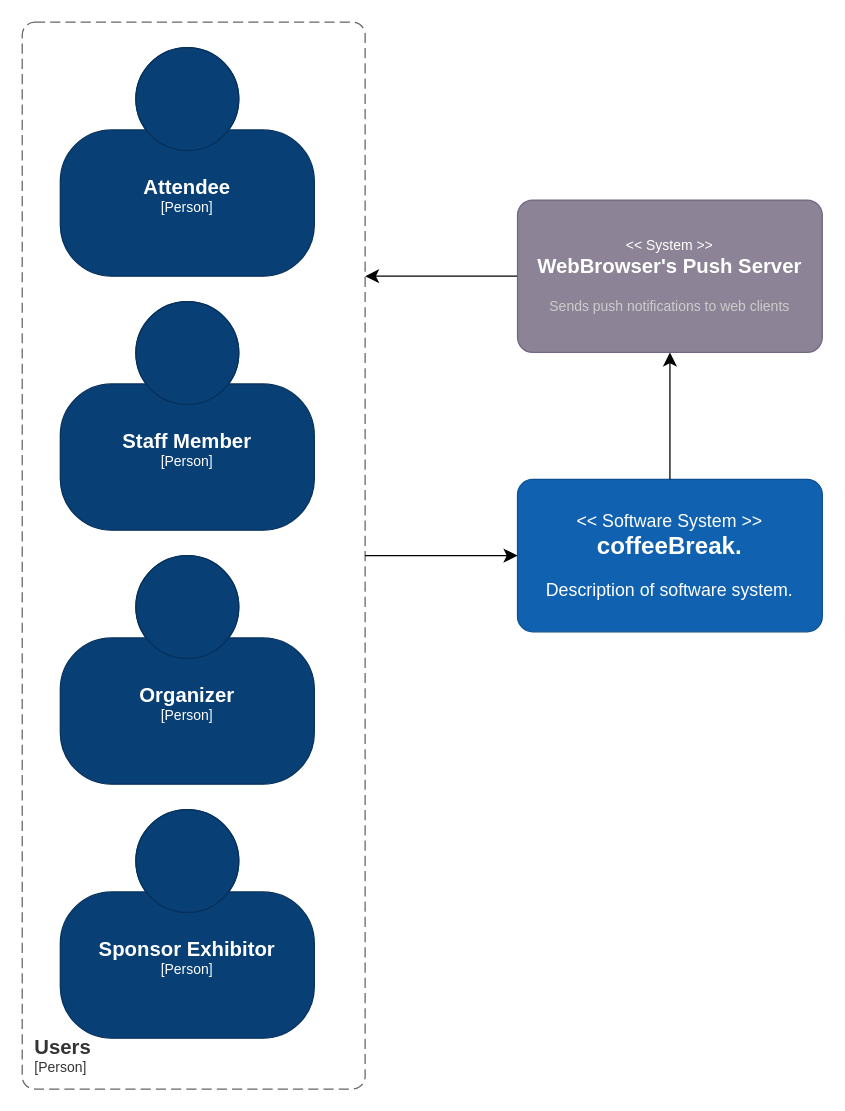
Earlier version of the draw.io diagram page "ContextDiagramC4" (4 of 10) of coffeeBreak.drawio (PI-coffeeBreak/diagrams). Source tidied: cells renumbered, new cells numbered last; positions are measured from the earlier drawing's top-left corner, leaving out a move shared by most shapes. Both pictures are drawn from the tidied source at 127%, with x=0, y=0 at pixel (22, 22).
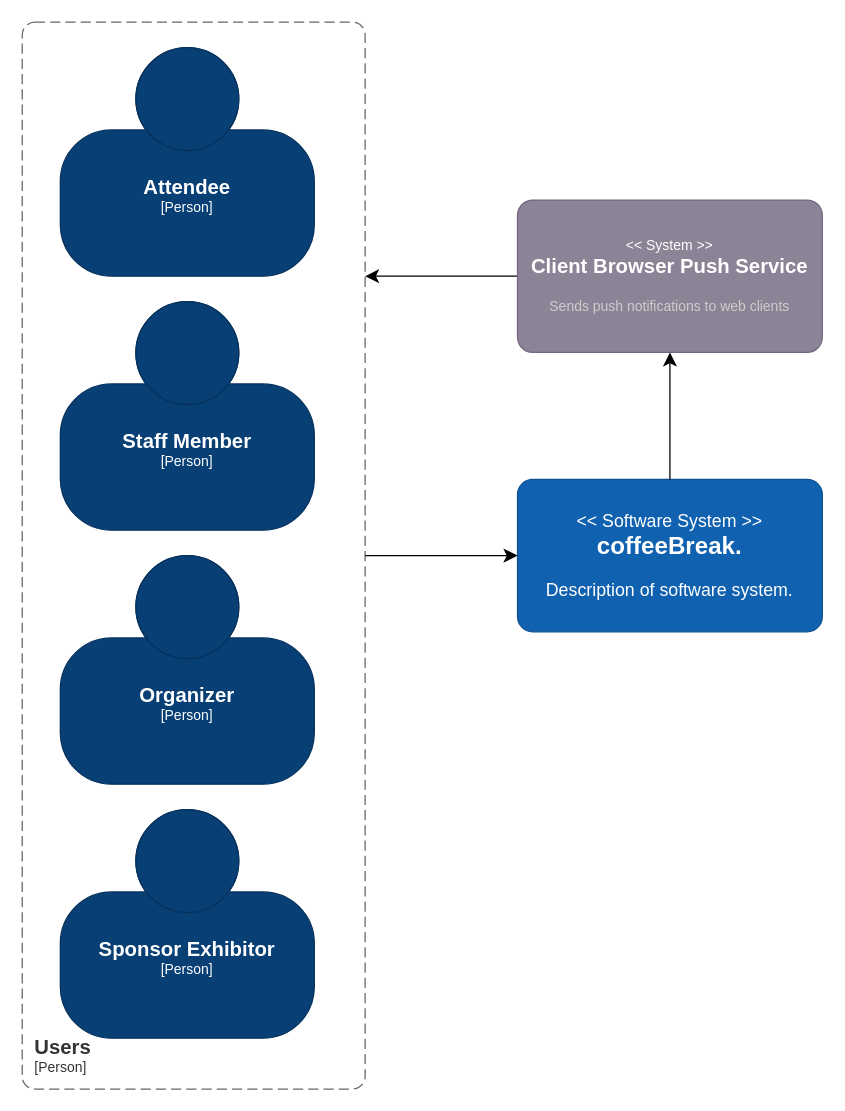
Above is the later version.

Change to the diagram source:
```diff
@@
 <mxGraphModel>
   <root>
     <mxCell id="0" />
     <mxCell id="1" parent="0" />
     <object id="2" label="&lt;font style=&quot;font-size: 16px&quot;&gt;&lt;b&gt;%c4Name%&lt;/b&gt;&lt;/font&gt;&lt;div&gt;[%c4Type%]&lt;/div&gt;&lt;br&gt;&lt;div&gt;&lt;font style=&quot;font-size: 11px&quot;&gt;&lt;font color=&quot;#cccccc&quot;&gt;%c4Description%&lt;/font&gt;&lt;/div&gt;" c4Description="" c4Name="Attendee" c4Type="Person" placeholders="1">
       <mxCell style="html=1;fontSize=11;dashed=0;whiteSpace=wrap;fillColor=#083F75;strokeColor=#06315C;fontColor=#ffffff;shape=mxgraph.c4.person2;align=center;" parent="1" vertex="1">
         <mxGeometry x="30" y="20" width="200" height="180" as="geometry" />
       </mxCell>
     </object>
     <object id="3" label="&lt;font style=&quot;font-size: 16px&quot;&gt;&lt;b&gt;%c4Name%&lt;/b&gt;&lt;/font&gt;&lt;div&gt;[%c4Type%]&lt;/div&gt;&lt;br&gt;&lt;div&gt;&lt;font style=&quot;font-size: 11px&quot;&gt;&lt;font color=&quot;#cccccc&quot;&gt;%c4Description%&lt;/font&gt;&lt;/div&gt;" c4Description="" c4Name="Staff Member" c4Type="Person" placeholders="1">
       <mxCell style="html=1;fontSize=11;dashed=0;whiteSpace=wrap;fillColor=#083F75;strokeColor=#06315C;fontColor=#ffffff;shape=mxgraph.c4.person2;align=center;" parent="1" vertex="1">
         <mxGeometry x="30" y="220" width="200" height="180" as="geometry" />
       </mxCell>
     </object>
     <object id="4" label="&lt;font style=&quot;font-size: 16px&quot;&gt;&lt;b&gt;%c4Name%&lt;/b&gt;&lt;/font&gt;&lt;div&gt;[%c4Type%]&lt;/div&gt;&lt;br&gt;&lt;div&gt;&lt;font style=&quot;font-size: 11px&quot;&gt;&lt;font color=&quot;#cccccc&quot;&gt;%c4Description%&lt;/font&gt;&lt;/div&gt;" c4Description="" c4Name="Organizer" c4Type="Person" placeholders="1">
       <mxCell style="html=1;fontSize=11;dashed=0;whiteSpace=wrap;fillColor=#083F75;strokeColor=#06315C;fontColor=#ffffff;shape=mxgraph.c4.person2;align=center;" parent="1" vertex="1">
         <mxGeometry x="30" y="420" width="200" height="180" as="geometry" />
       </mxCell>
     </object>
     <object id="5" label="&lt;font style=&quot;font-size: 16px&quot;&gt;&lt;b&gt;%c4Name%&lt;/b&gt;&lt;/font&gt;&lt;div&gt;[%c4Type%]&lt;/div&gt;&lt;br&gt;&lt;div&gt;&lt;font style=&quot;font-size: 11px&quot;&gt;&lt;font color=&quot;#cccccc&quot;&gt;%c4Description%&lt;/font&gt;&lt;/div&gt;" c4Description="" c4Name="Sponsor Exhibitor" c4Type="Person" placeholders="1">
       <mxCell style="html=1;fontSize=11;dashed=0;whiteSpace=wrap;fillColor=#083F75;strokeColor=#06315C;fontColor=#ffffff;shape=mxgraph.c4.person2;align=center;" parent="1" vertex="1">
         <mxGeometry x="30" y="620" width="200" height="180" as="geometry" />
       </mxCell>
     </object>
     <object id="6" label="&lt;font style=&quot;font-size: 14px&quot;&gt;&lt;div&gt;&lt;&lt; %c4Type% &gt;&gt;&lt;/div&gt;&lt;/font&gt;&lt;font style=&quot;font-size: 19px&quot;&gt;&lt;/div&gt;&lt;b&gt;%c4Name%&lt;/b&gt;&lt;/font&gt;&#10;&lt;br&gt;&lt;div&gt;&lt;font style=&quot;font-size: 14px&quot;&gt;%c4Description%&lt;/font&gt;&lt;/div&gt;" c4Description="Description of software system." c4Name="coffeeBreak." c4Type="Software System" placeholders="1">
       <mxCell style="rounded=1;whiteSpace=wrap;html=1;labelBackgroundColor=none;fillColor=#1061B0;fontColor=#ffffff;align=center;arcSize=10;strokeColor=#0D5091;points=[[0.25,0,0],[0.5,0,0],[0.75,0,0],[1,0.25,0],[1,0.5,0],[1,0.75,0],[0.75,1,0],[0.5,1,0],[0.25,1,0],[0,0.75,0],[0,0.5,0],[0,0.25,0]];" parent="1" vertex="1">
         <mxGeometry x="390" y="360" width="240" height="120" as="geometry" />
       </mxCell>
     </object>
     <object id="7" label="&lt;font style=&quot;font-size: 16px&quot;&gt;&lt;b&gt;&lt;div style=&quot;text-align: left&quot;&gt;%c4Name%&lt;/div&gt;&lt;/b&gt;&lt;/font&gt;&lt;div style=&quot;text-align: left&quot;&gt;[%c4Application%]&lt;/div&gt;" c4Application="Person" c4Name="Users" placeholders="1">
       <mxCell style="rounded=1;fontSize=11;whiteSpace=wrap;html=1;dashed=1;arcSize=20;fillColor=none;strokeColor=#666666;fontColor=#333333;labelBackgroundColor=none;align=left;verticalAlign=bottom;labelBorderColor=none;spacingTop=0;spacing=10;dashPattern=8 4;perimeter=rectanglePerimeter;noLabel=0;labelPadding=0;absoluteArcSize=1;" parent="1" vertex="1">
         <mxGeometry width="270" height="840" as="geometry" />
       </mxCell>
     </object>
     <mxCell id="8" style="endArrow=classic;html=1;rounded=0;fontSize=12;startSize=8;endSize=8;curved=1;entryX=0;entryY=0.5;entryDx=0;entryDy=0;entryPerimeter=0;" parent="1" edge="1" target="6">
       <mxGeometry relative="1" as="geometry">
         <mxPoint x="270" y="420" as="sourcePoint" />
       </mxGeometry>
     </mxCell>
     <mxCell id="9" style="edgeStyle=none;curved=1;rounded=0;jettySize=auto;html=1;exitX=0;exitY=0.5;exitDx=0;exitDy=0;exitPerimeter=0;fontSize=12;startSize=8;endSize=8;" parent="1" edge="1" source="10">
       <mxGeometry relative="1" as="geometry">
         <mxPoint x="270" y="200" as="targetPoint" />
       </mxGeometry>
     </mxCell>
-    <object id="10" label="&lt;font style=&quot;font-size: 11px&quot;&gt;&lt;div&gt;&lt;&lt; %c4Type% &gt;&gt;&lt;/div&gt;&lt;/font&gt;&lt;font style=&quot;font-size: 16px&quot;&gt;&lt;b&gt;%c4Name%&lt;/b&gt;&lt;/font&gt;&lt;br&gt;&lt;br&gt;&lt;div&gt;&lt;font style=&quot;font-size: 11px&quot;&gt;&lt;font color=&quot;#cccccc&quot;&gt;%c4Description%&lt;/font&gt;&lt;/div&gt;" c4Description="Sends push notifications to web clients" c4Name="WebBrowser's Push Server" c4Type="System" placeholders="1">
+    <object id="10" label="&lt;font style=&quot;font-size: 11px&quot;&gt;&lt;div&gt;&lt;&lt; %c4Type% &gt;&gt;&lt;/div&gt;&lt;/font&gt;&lt;font style=&quot;font-size: 16px&quot;&gt;&lt;b&gt;%c4Name%&lt;/b&gt;&lt;/font&gt;&lt;br&gt;&lt;br&gt;&lt;div&gt;&lt;font style=&quot;font-size: 11px&quot;&gt;&lt;font color=&quot;#cccccc&quot;&gt;%c4Description%&lt;/font&gt;&lt;/div&gt;" c4Description="Sends push notifications to web clients" c4Name="Client Browser Push Service" c4Type="System" placeholders="1">
       <mxCell style="rounded=1;whiteSpace=wrap;html=1;labelBackgroundColor=none;fillColor=#8C8496;fontColor=#ffffff;align=center;arcSize=10;strokeColor=#736782;points=[[0.25,0,0],[0.5,0,0],[0.75,0,0],[1,0.25,0],[1,0.5,0],[1,0.75,0],[0.75,1,0],[0.5,1,0],[0.25,1,0],[0,0.75,0],[0,0.5,0],[0,0.25,0]];" parent="1" vertex="1">
         <mxGeometry x="390" y="140" width="240" height="120" as="geometry" />
       </mxCell>
     </object>
     <mxCell id="11" style="edgeStyle=none;curved=1;rounded=0;jettySize=auto;html=1;entryX=0.5;entryY=1;entryDx=0;entryDy=0;entryPerimeter=0;fontSize=12;startSize=8;endSize=8;" parent="1" edge="1" source="6" target="10">
       <mxGeometry relative="1" as="geometry" />
     </mxCell>
   </root>
 </mxGraphModel>
```
